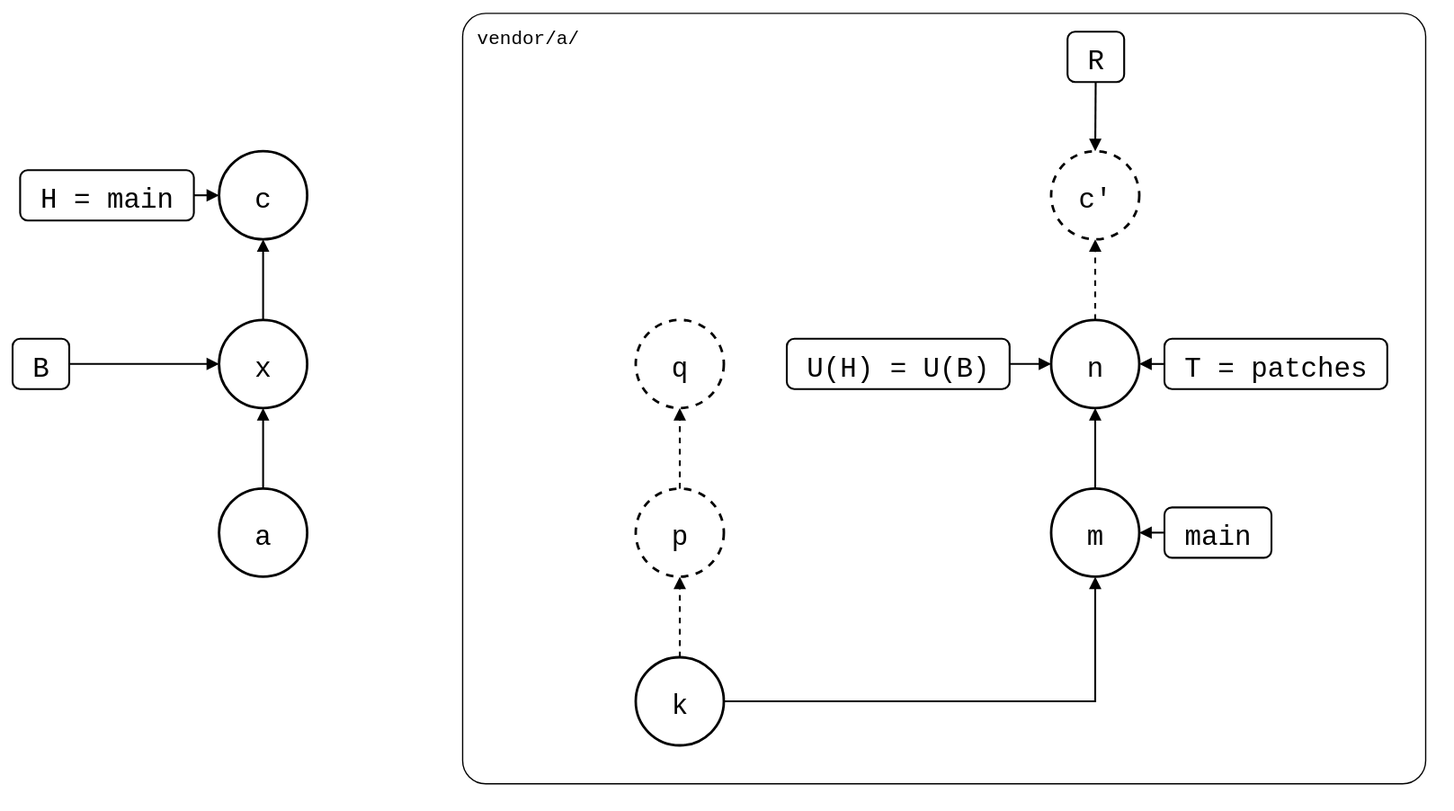
Earlier version of the draw.io export test/scenarios/06-rewritten-history/04-patch-branch-rebased/01-unpushed-local-commit/rebased-onto-pull.drawio.svg (roschaefer/git-splice). Source tidied: cells renumbered, new cells last; positions are measured from the earlier drawing's top-left corner, leaving out a move shared by most shapes.
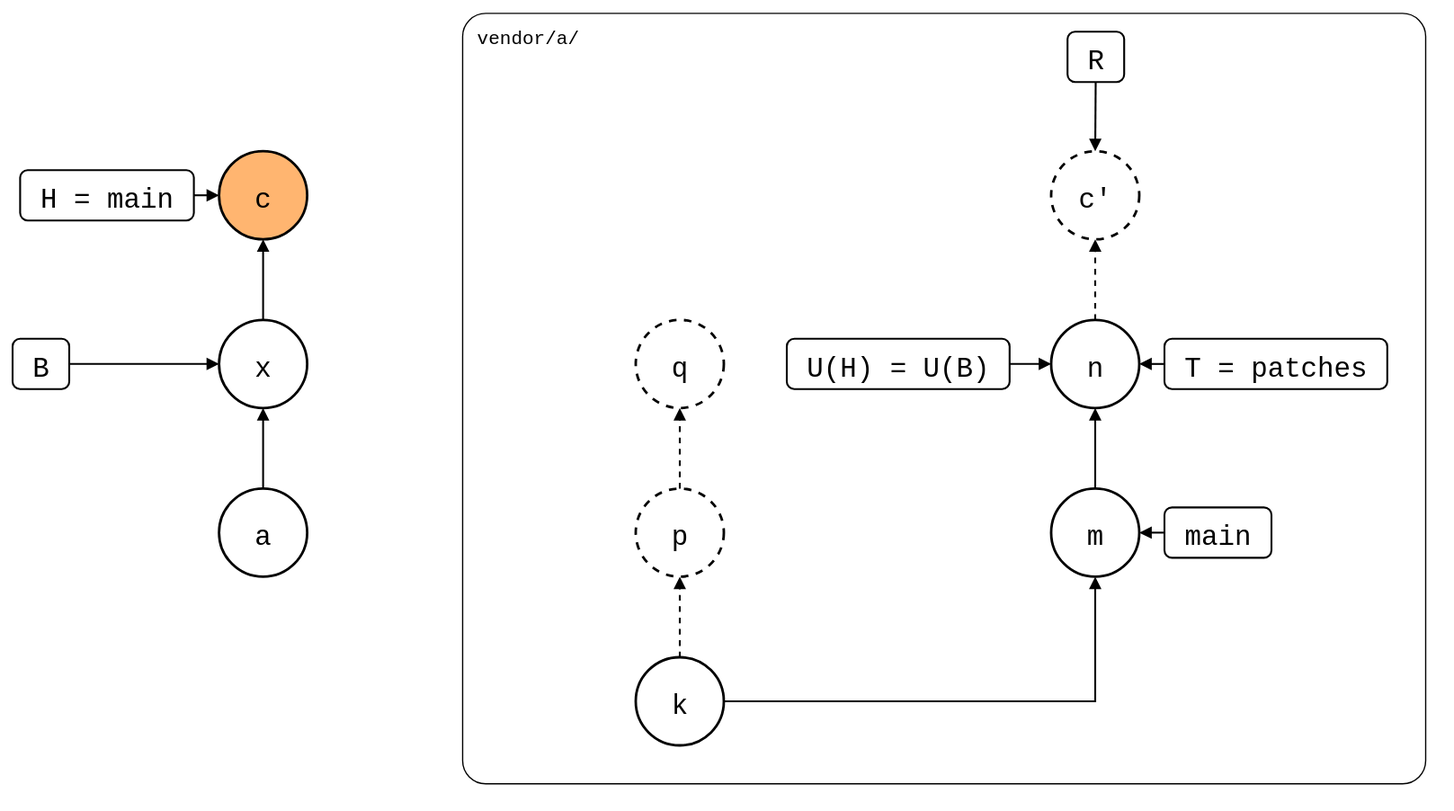
The same diagram one commit later.

The edit, as a diff of the source:
```diff
@@ -29,7 +29,7 @@
     <mxCell id="10" value="x" style="ellipse;strokeWidth=2;fontSize=22;fontFamily=Roboto Mono,monospace;" parent="1" vertex="1">
       <mxGeometry x="164" y="244" width="70" height="70" as="geometry" />
     </mxCell>
-    <mxCell id="11" value="c" style="ellipse;strokeWidth=2;fontSize=22;fontFamily=Roboto Mono,monospace;" parent="1" vertex="1">
+    <mxCell id="11" value="c" style="ellipse;strokeWidth=2;fontSize=22;fontFamily=Roboto Mono,monospace;fillColor=#FFB570;" parent="1" vertex="1">
       <mxGeometry x="164" y="110" width="70" height="70" as="geometry" />
     </mxCell>
     <mxCell id="12" value="H = main" style="rounded=1;strokeWidth=1.5;fontSize=22;fontFamily=Roboto Mono,monospace;" parent="1" vertex="1">
```
